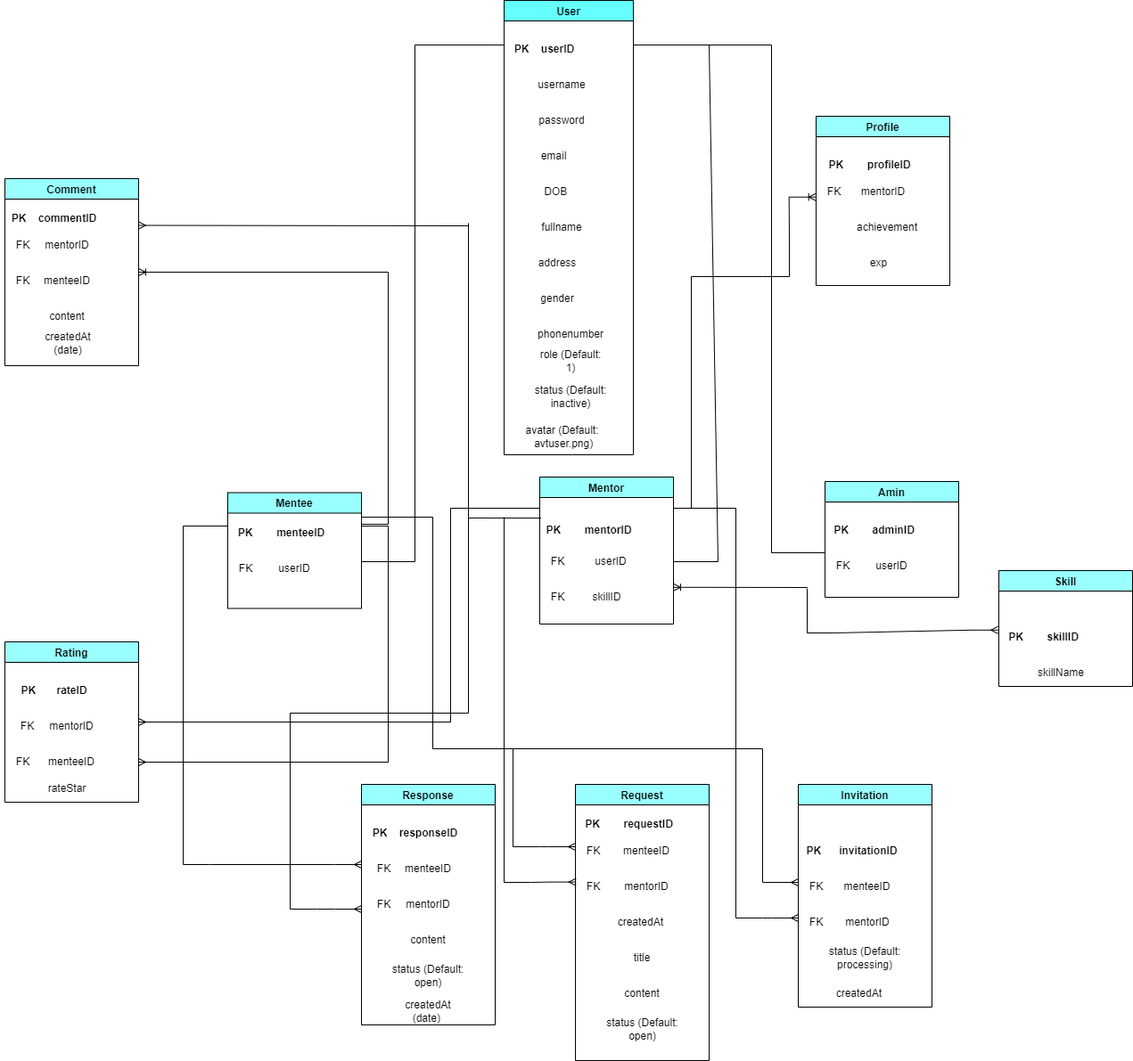
Before: HappyProgramming_DB.drawio.png, a diagram exported from draw.io (dungdt23/SWP391_Document). Source tidied: cells renumbered, new cells last; positions are measured from the earlier drawing's top-left corner, leaving out a move shared by most shapes.
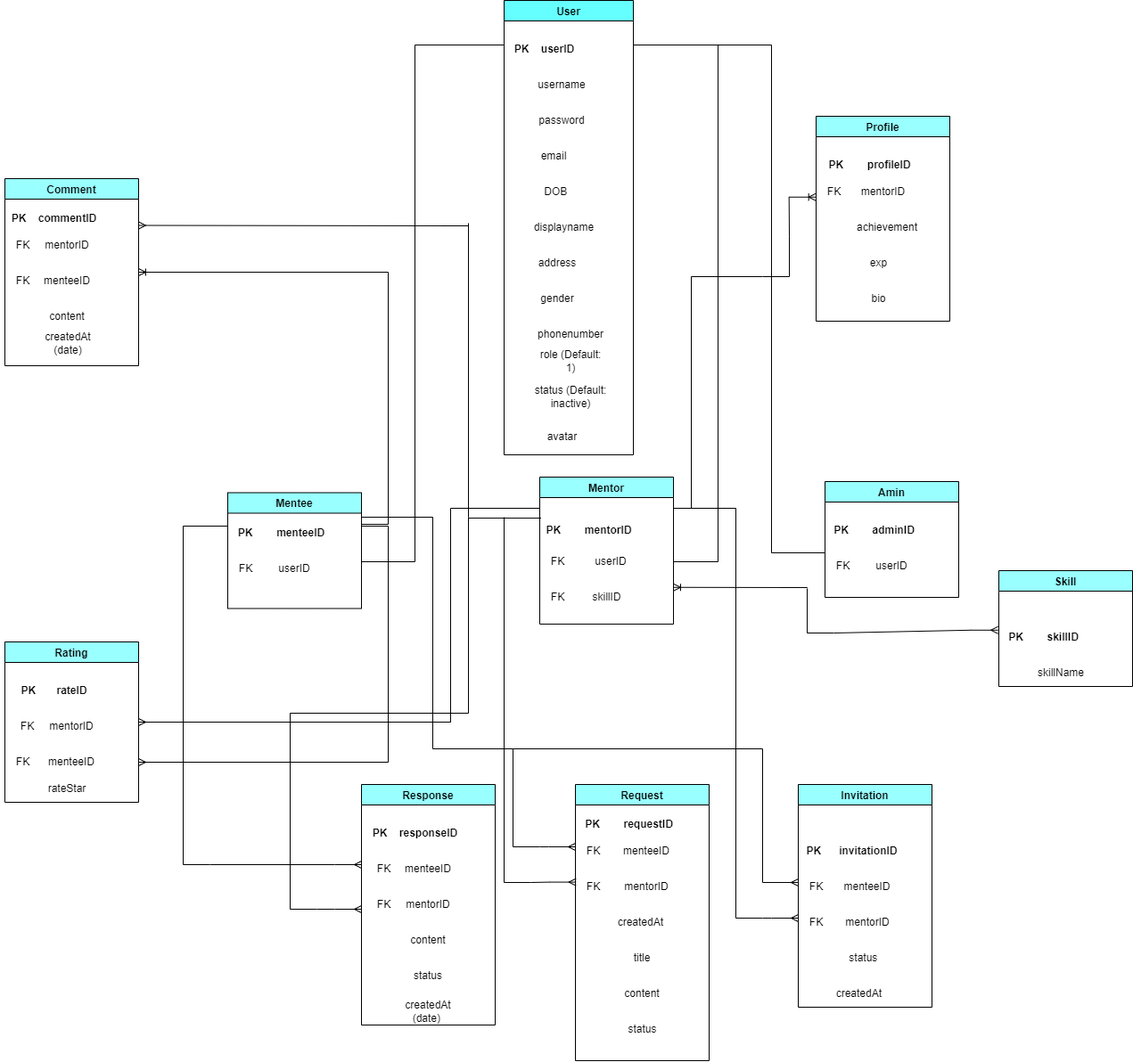
The same diagram one commit later.

Change to the diagram source:
```diff
@@ -20,8 +20,8 @@
     <mxCell id="7" value="DOB&amp;nbsp;" style="text;html=1;strokeColor=none;fillColor=none;align=center;verticalAlign=middle;whiteSpace=wrap;rounded=0;" parent="2" vertex="1">
       <mxGeometry x="30" y="200" width="60" height="30" as="geometry" />
     </mxCell>
-    <mxCell id="8" value="fullname" style="text;html=1;strokeColor=none;fillColor=none;align=center;verticalAlign=middle;whiteSpace=wrap;rounded=0;" parent="2" vertex="1">
-      <mxGeometry x="35" y="240" width="60" height="30" as="geometry" />
+    <mxCell id="8" value="displayname" style="text;html=1;strokeColor=none;fillColor=none;align=center;verticalAlign=middle;whiteSpace=wrap;rounded=0;" parent="2" vertex="1">
+      <mxGeometry x="35" y="240" width="65" height="30" as="geometry" />
     </mxCell>
     <mxCell id="9" value="address" style="text;html=1;strokeColor=none;fillColor=none;align=center;verticalAlign=middle;whiteSpace=wrap;rounded=0;" parent="2" vertex="1">
       <mxGeometry x="30" y="280" width="60" height="30" as="geometry" />
@@ -38,8 +38,8 @@
     <mxCell id="13" value="status (Default: inactive)" style="text;html=1;strokeColor=none;fillColor=none;align=center;verticalAlign=middle;whiteSpace=wrap;rounded=0;" parent="2" vertex="1">
       <mxGeometry x="30" y="430" width="90" height="30" as="geometry" />
     </mxCell>
-    <mxCell id="14" value="avatar (Default:&lt;br&gt;&amp;nbsp;avtuser.png)" style="text;html=1;align=center;verticalAlign=middle;strokeColor=none;fillColor=none;" parent="2" vertex="1">
-      <mxGeometry x="10" y="470" width="110" height="40" as="geometry" />
+    <mxCell id="14" value="avatar" style="text;html=1;align=center;verticalAlign=middle;strokeColor=none;fillColor=none;" parent="2" vertex="1">
+      <mxGeometry x="35" y="475" width="60" height="30" as="geometry" />
     </mxCell>
     <mxCell id="15" value="Amin" style="swimlane;fillColor=#99FFFF;" parent="1" vertex="1">
       <mxGeometry x="925" y="540" width="150" height="130" as="geometry" />
@@ -110,7 +110,7 @@
     <mxCell id="37" value="FK" style="text;html=1;align=center;verticalAlign=middle;points=[];strokeColor=none;fillColor=none;" parent="32" vertex="1">
       <mxGeometry y="100" width="40" height="30" as="geometry" />
     </mxCell>
-    <mxCell id="38" value="status (Default: open)" style="text;html=1;strokeColor=none;fillColor=none;align=center;verticalAlign=middle;whiteSpace=wrap;rounded=0;" parent="32" vertex="1">
+    <mxCell id="38" value="status" style="text;html=1;strokeColor=none;fillColor=none;align=center;verticalAlign=middle;whiteSpace=wrap;rounded=0;" parent="32" vertex="1">
       <mxGeometry x="32.5" y="260" width="85" height="30" as="geometry" />
     </mxCell>
     <mxCell id="39" value="title" style="text;html=1;strokeColor=none;fillColor=none;align=center;verticalAlign=middle;whiteSpace=wrap;rounded=0;" parent="32" vertex="1">
@@ -161,7 +161,7 @@
     <mxCell id="54" value="FK" style="text;html=1;align=center;verticalAlign=middle;strokeColor=none;fillColor=none;" parent="49" vertex="1">
       <mxGeometry y="140" width="40" height="30" as="geometry" />
     </mxCell>
-    <mxCell id="55" value="status (Default: processing)" style="text;html=1;strokeColor=none;fillColor=none;align=center;verticalAlign=middle;whiteSpace=wrap;rounded=0;" parent="49" vertex="1">
+    <mxCell id="55" value="status&amp;nbsp;" style="text;html=1;strokeColor=none;fillColor=none;align=center;verticalAlign=middle;whiteSpace=wrap;rounded=0;" parent="49" vertex="1">
       <mxGeometry x="30" y="180" width="90" height="30" as="geometry" />
     </mxCell>
     <mxCell id="56" value="createdAt&amp;nbsp;" style="text;html=1;strokeColor=none;fillColor=none;align=center;verticalAlign=middle;whiteSpace=wrap;rounded=0;" parent="49" vertex="1">
@@ -188,7 +188,7 @@
     <mxCell id="63" value="content" style="text;html=1;strokeColor=none;fillColor=none;align=center;verticalAlign=middle;whiteSpace=wrap;rounded=0;" parent="57" vertex="1">
       <mxGeometry x="45" y="160" width="60" height="30" as="geometry" />
     </mxCell>
-    <mxCell id="64" value="status (Default: open)" style="text;html=1;strokeColor=none;fillColor=none;align=center;verticalAlign=middle;whiteSpace=wrap;rounded=0;" parent="57" vertex="1">
+    <mxCell id="64" value="status" style="text;html=1;strokeColor=none;fillColor=none;align=center;verticalAlign=middle;whiteSpace=wrap;rounded=0;" parent="57" vertex="1">
       <mxGeometry x="30" y="200" width="90" height="30" as="geometry" />
     </mxCell>
     <mxCell id="65" value="createdAt&lt;br&gt;(date)&amp;nbsp;" style="text;html=1;strokeColor=none;fillColor=none;align=center;verticalAlign=middle;whiteSpace=wrap;rounded=0;" parent="57" vertex="1">
@@ -219,7 +219,7 @@
       <mxGeometry x="41" y="170" width="60" height="30" as="geometry" />
     </mxCell>
     <mxCell id="74" value="Profile" style="swimlane;fillColor=#99FFFF;" parent="1" vertex="1">
-      <mxGeometry x="915" y="130" width="150" height="190" as="geometry" />
+      <mxGeometry x="915" y="130" width="150" height="230" as="geometry" />
     </mxCell>
     <mxCell id="75" value="&lt;b&gt;PK&amp;nbsp; &amp;nbsp; &amp;nbsp; &amp;nbsp; profileID&lt;/b&gt;" style="text;html=1;align=center;verticalAlign=middle;strokeColor=none;fillColor=none;" parent="74" vertex="1">
       <mxGeometry y="40" width="120" height="30" as="geometry" />
@@ -236,6 +236,9 @@
     <mxCell id="79" value="exp" style="text;html=1;align=center;verticalAlign=middle;strokeColor=none;fillColor=none;" parent="74" vertex="1">
       <mxGeometry x="50" y="150" width="40" height="30" as="geometry" />
     </mxCell>
+    <mxCell id="123" value="bio" style="text;html=1;align=center;verticalAlign=middle;strokeColor=none;fillColor=none;" parent="74" vertex="1">
+      <mxGeometry x="50" y="190" width="40" height="30" as="geometry" />
+    </mxCell>
     <mxCell id="80" style="edgeStyle=entityRelationEdgeStyle;fontSize=12;html=1;endArrow=ERoneToMany;rounded=0;entryX=1;entryY=0.5;entryDx=0;entryDy=0;" parent="1" edge="1" target="66">
       <mxGeometry relative="1" as="geometry">
         <mxPoint x="405" y="588" as="sourcePoint" />
@@ -449,7 +452,7 @@
     </mxCell>
     <mxCell id="117" style="endArrow=none;html=1;rounded=0;" parent="1" edge="1">
       <mxGeometry relative="1" as="geometry">
-        <mxPoint x="795" y="50" as="sourcePoint" />
+        <mxPoint x="805" y="50" as="sourcePoint" />
         <mxPoint x="805" y="630" as="targetPoint" />
       </mxGeometry>
     </mxCell>
```
